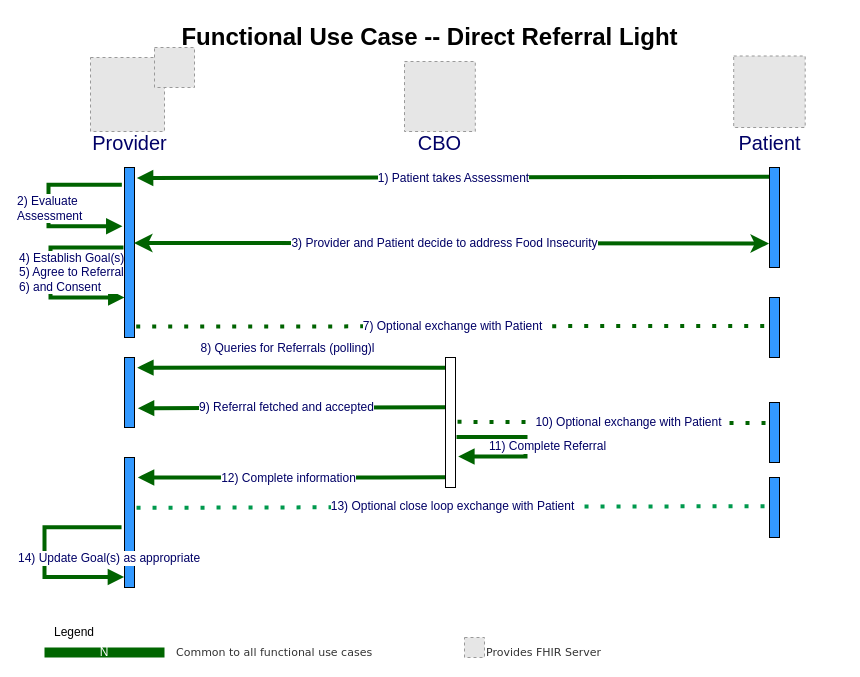
HL7/fhir-sdoh-clinicalcare keeps this draw.io diagram as Images Source/FunctionalUseCaseFlowDirectLightReferral3.drawio. Above is the earlier version. Source tidied: cells renumbered, new cells numbered last; positions are measured from the earlier drawing's top-left corner, leaving out a move shared by most shapes. Both pictures are drawn from the tidied source at 100%, with x=0, y=0 at pixel (44, 17). Pictures stored in the file or linked from it are replaced by grey dashed boxes.
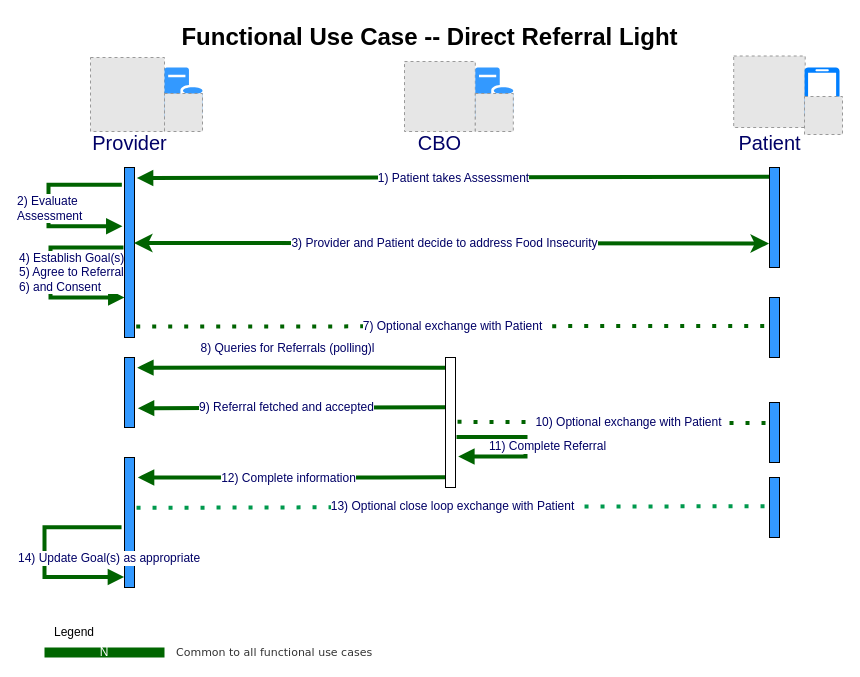
The same page after the edit.

Diff of the diagram source:
```diff
@@
-    <mxCell id="32" value="&lt;font face=&quot;verdana&quot; color=&quot;#333333&quot;&gt;&lt;span style=&quot;background-color: rgb(255, 255, 255);&quot;&gt;Provides FHIR Server&lt;/span&gt;&lt;/font&gt;" style="text;html=1;strokeColor=none;fillColor=none;align=left;verticalAlign=middle;whiteSpace=wrap;rounded=0;fontSize=11;" parent="1" vertex="1">
-      <mxGeometry x="440" y="630" width="210" height="10" as="geometry" />
-    </mxCell>
-    <mxCell id="33" style="fillColor=#E6E6E6;strokeColor=#999999;dashed=1;verticalLabelPosition=bottom;verticalAlign=top;fontSize=13;fontColor=#000066;" parent="1" vertex="1">
-      <mxGeometry x="110" y="30" width="40" height="40" as="geometry" />
-    </mxCell>
-    <mxCell id="34" style="fillColor=#E6E6E6;strokeColor=#999999;dashed=1;verticalLabelPosition=bottom;verticalAlign=top;fontSize=13;fontColor=#000066;" parent="1" vertex="1">
-      <mxGeometry x="420" y="620" width="20" height="20" as="geometry" />
-    </mxCell>
+    <mxCell id="35" style="group;" parent="1" vertex="1">
+      <mxGeometry x="120" y="50" width="38" height="64" as="geometry" />
+    </mxCell>
+    <mxCell id="36" style="sketch=0;shadow=0;dashed=0;html=1;strokeColor=none;labelPosition=center;verticalLabelPosition=bottom;verticalAlign=top;align=center;fillColor=#3399FF;shape=mxgraph.mscae.enterprise.database_server;fontSize=12;fontColor=#990000;" parent="35" vertex="1">
+      <mxGeometry width="38" height="50" as="geometry" />
+    </mxCell>
+    <mxCell id="37" style="fillColor=#E6E6E6;strokeColor=#999999;dashed=1;verticalLabelPosition=bottom;verticalAlign=top;fontSize=13;fontColor=#000066;" parent="35" vertex="1">
+      <mxGeometry y="26" width="38" height="38" as="geometry" />
+    </mxCell>
+    <mxCell id="38" style="group;" parent="1" vertex="1">
+      <mxGeometry x="430.8" y="50" width="38" height="64" as="geometry" />
+    </mxCell>
+    <mxCell id="39" style="sketch=0;shadow=0;dashed=0;html=1;strokeColor=none;labelPosition=center;verticalLabelPosition=bottom;verticalAlign=top;align=center;fillColor=#3399FF;shape=mxgraph.mscae.enterprise.database_server;fontSize=12;fontColor=#990000;" parent="38" vertex="1">
+      <mxGeometry width="38" height="50" as="geometry" />
+    </mxCell>
+    <mxCell id="40" style="fillColor=#E6E6E6;strokeColor=#999999;dashed=1;verticalLabelPosition=bottom;verticalAlign=top;fontSize=13;fontColor=#000066;" parent="38" vertex="1">
+      <mxGeometry y="26" width="38" height="38" as="geometry" />
+    </mxCell>
+    <mxCell id="41" style="group;" parent="1" vertex="1">
+      <mxGeometry x="760" y="50" width="38" height="67" as="geometry" />
+    </mxCell>
+    <mxCell id="42" style="sketch=0;shadow=0;dashed=0;html=1;strokeColor=none;labelPosition=center;verticalLabelPosition=bottom;verticalAlign=top;align=center;fillColor=#007FFF;shape=mxgraph.azure.mobile;fontSize=12;fontColor=#990000;" parent="41" vertex="1">
+      <mxGeometry width="35" height="50" as="geometry" />
+    </mxCell>
+    <mxCell id="43" style="fillColor=#E6E6E6;strokeColor=#999999;dashed=1;verticalLabelPosition=bottom;verticalAlign=top;fontSize=13;fontColor=#000066;" parent="41" vertex="1">
+      <mxGeometry y="29" width="38" height="38" as="geometry" />
+    </mxCell>
```
